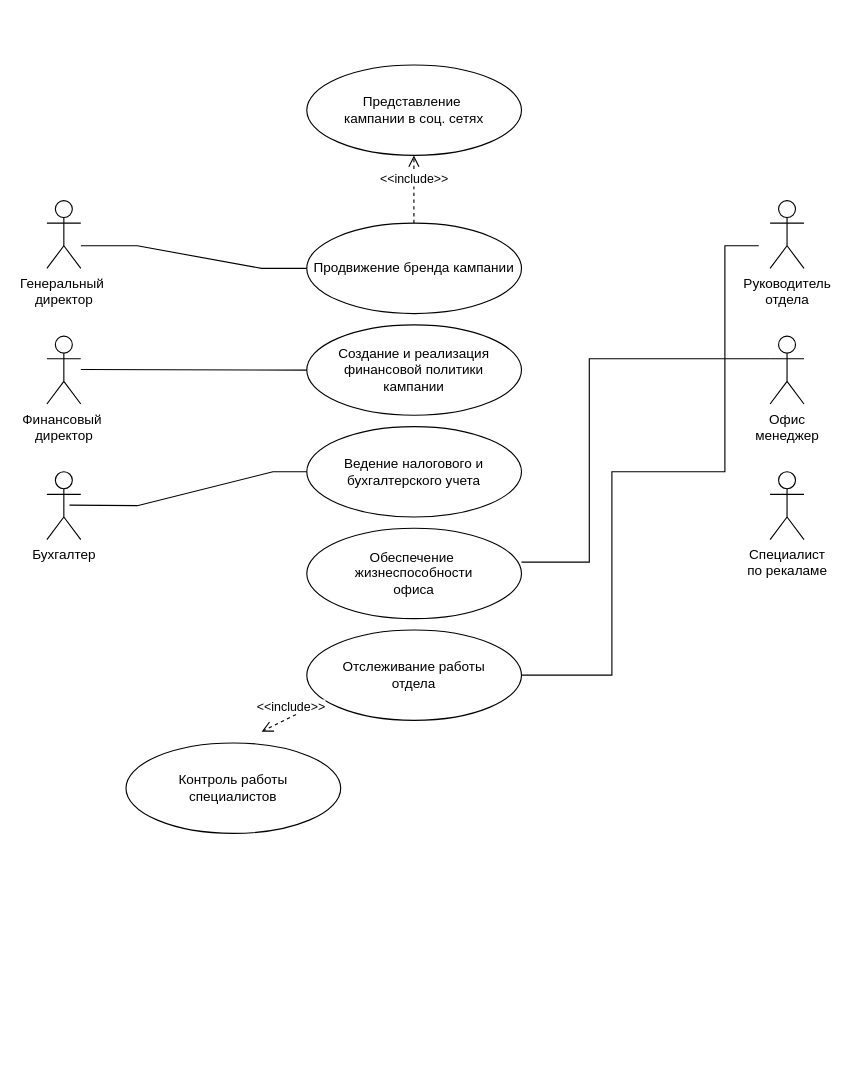
Before: Диаграмма без названия2.drawio in dubnart/netology, a draw.io diagram. Source tidied: cells renumbered, new cells numbered last; positions are measured from the earlier drawing's top-left corner, leaving out a move shared by most shapes. Both pictures are drawn from the tidied source at 113%, with x=0, y=0 at pixel (46, 64).
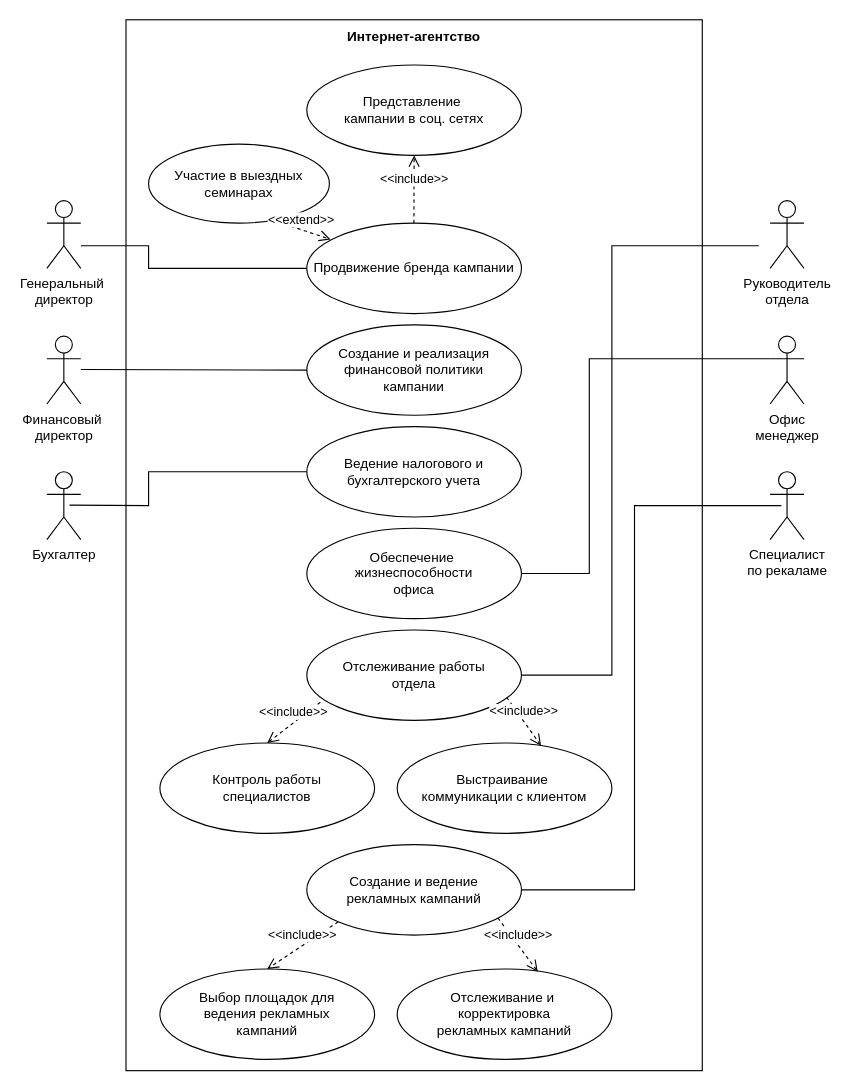
Above is the later version.

The change refers to these unchanged cells:
```xml
<mxCell id="6" value="Офис &lt;br&gt;менеджер" style="shape=umlActor;verticalLabelPosition=bottom;verticalAlign=top;html=1;outlineConnect=0;" parent="1" vertex="1">
  <mxGeometry x="640" y="240" width="30" height="60" as="geometry" />
</mxCell>
<mxCell id="8" value="Продвижение бренда кампании" style="ellipse;whiteSpace=wrap;html=1;" parent="1" vertex="1">
  <mxGeometry x="230" y="140" width="190" height="80" as="geometry" />
</mxCell>
<mxCell id="14" value="Обеспечение&amp;nbsp;&lt;div&gt;жизнеспособности&lt;/div&gt;&lt;div&gt;офиса&lt;/div&gt;" style="ellipse;whiteSpace=wrap;html=1;" parent="1" vertex="1">
  <mxGeometry x="230" y="410" width="190" height="80" as="geometry" />
</mxCell>
<mxCell id="18" value="Отслеживание работы&lt;div&gt;отдела&lt;/div&gt;" style="ellipse;whiteSpace=wrap;html=1;" parent="1" vertex="1">
  <mxGeometry x="230" y="500" width="190" height="80" as="geometry" />
</mxCell>
```

Diff of the diagram source:
```diff
@@
+    <mxCell id="22" style="rounded=0;whiteSpace=wrap;html=1;" parent="1" vertex="1">
+      <mxGeometry x="70" y="-40" width="510" height="930" as="geometry" />
+    </mxCell>
@@
     <mxCell id="10" value="&amp;lt;&amp;lt;include&amp;gt;&amp;gt;" style="html=1;verticalAlign=bottom;endArrow=open;dashed=1;endSize=8;curved=0;rounded=0;" parent="1" edge="1">
       <mxGeometry relative="1" as="geometry">
         <mxPoint x="324.8" y="140" as="sourcePoint" />
-        <mxPoint x="324.8" y="80" as="targetPoint" />
+        <mxPoint x="325" y="80" as="targetPoint" />
       </mxGeometry>
     </mxCell>
@@
-    <mxCell id="15" style="endArrow=none;html=1;rounded=0;entryX=0;entryY=0.3333333333333333;entryDx=0;entryDy=0;entryPerimeter=0;" parent="1" edge="1" target="6">
+    <mxCell id="15" style="endArrow=none;html=1;rounded=0;entryX=0;entryY=0.3333333333333333;entryDx=0;entryDy=0;entryPerimeter=0;exitX=1;exitY=0.5;exitDx=0;exitDy=0;" parent="1" edge="1" source="14" target="6">
       <mxGeometry relative="1" as="geometry">
-        <mxPoint x="480" y="440" as="sourcePoint" />
         <Array as="points">
-          <mxPoint x="420" y="440" />
-          <mxPoint x="480" y="440" />
+          <mxPoint x="450" y="450" />
+          <mxPoint x="480" y="450" />
           <mxPoint x="480" y="390" />
           <mxPoint x="480" y="260" />
           <mxPoint x="560" y="260" />
           <mxPoint x="600" y="260" />
         </Array>
       </mxGeometry>
     </mxCell>
     <mxCell id="16" style="endArrow=none;html=1;rounded=0;" parent="1" edge="1">
       <mxGeometry relative="1" as="geometry">
         <mxPoint x="30" y="160" as="sourcePoint" />
         <mxPoint x="190" y="180" as="targetPoint" />
         <Array as="points">
-          <mxPoint x="80" y="160" />
+          <mxPoint x="90" y="160" />
+          <mxPoint x="90" y="180" />
           <mxPoint x="190" y="180" />
           <mxPoint x="230" y="180" />
         </Array>
       </mxGeometry>
     </mxCell>
     <mxCell id="17" style="endArrow=none;html=1;rounded=0;" parent="1" edge="1">
       <mxGeometry relative="1" as="geometry">
         <mxPoint x="20" y="389.5" as="sourcePoint" />
         <mxPoint x="200" y="360" as="targetPoint" />
         <Array as="points">
-          <mxPoint x="80" y="390" />
+          <mxPoint x="90" y="390" />
+          <mxPoint x="90" y="360" />
+          <mxPoint x="140" y="360" />
           <mxPoint x="200" y="360" />
           <mxPoint x="230" y="360" />
         </Array>
       </mxGeometry>
     </mxCell>
@@
     <mxCell id="19" style="endArrow=none;html=1;rounded=0;" parent="1" edge="1">
       <mxGeometry relative="1" as="geometry">
         <mxPoint x="480" y="540" as="sourcePoint" />
         <mxPoint x="630" y="160" as="targetPoint" />
         <Array as="points">
           <mxPoint x="420" y="540" />
           <mxPoint x="500" y="540" />
           <mxPoint x="500" y="490" />
           <mxPoint x="500" y="420" />
           <mxPoint x="500" y="360" />
-          <mxPoint x="560" y="360" />
-          <mxPoint x="600" y="360" />
+          <mxPoint x="500" y="260" />
+          <mxPoint x="500" y="210" />
+          <mxPoint x="500" y="160" />
           <mxPoint x="600" y="160" />
         </Array>
       </mxGeometry>
     </mxCell>
-    <mxCell id="20" value="&amp;lt;&amp;lt;include&amp;gt;&amp;gt;" style="html=1;verticalAlign=bottom;endArrow=open;dashed=1;endSize=8;curved=0;rounded=0;exitX=0.063;exitY=0.8;exitDx=0;exitDy=0;exitPerimeter=0;" parent="1" edge="1" source="18">
-      <mxGeometry relative="1" as="geometry">
-        <mxPoint x="190" y="590" as="targetPoint" />
-      </mxGeometry>
+    <mxCell id="20" value="&amp;lt;&amp;lt;include&amp;gt;&amp;gt;" style="html=1;verticalAlign=bottom;endArrow=open;dashed=1;endSize=8;curved=0;rounded=0;exitX=0.063;exitY=0.8;exitDx=0;exitDy=0;exitPerimeter=0;entryX=0.5;entryY=0;entryDx=0;entryDy=0;" parent="1" edge="1" source="18" target="21">
+      <mxGeometry relative="1" as="geometry" />
     </mxCell>
     <mxCell id="21" value="Контроль работы&lt;div&gt;специалистов&lt;/div&gt;" style="ellipse;whiteSpace=wrap;html=1;" parent="1" vertex="1">
-      <mxGeometry x="70" y="600" width="190" height="80" as="geometry" />
+      <mxGeometry x="100" y="600" width="190" height="80" as="geometry" />
     </mxCell>
+    <mxCell id="23" value="Интернет-агентство" style="text;html=1;align=center;verticalAlign=middle;whiteSpace=wrap;rounded=0;fontStyle=1;" parent="1" vertex="1">
+      <mxGeometry x="245" y="-40" width="160" height="30" as="geometry" />
+    </mxCell>
+    <mxCell id="24" value="Создание и ведение&lt;div&gt;рекламных кампаний&lt;/div&gt;" style="ellipse;whiteSpace=wrap;html=1;" parent="1" vertex="1">
+      <mxGeometry x="230" y="690" width="190" height="80" as="geometry" />
+    </mxCell>
+    <mxCell id="25" style="endArrow=none;html=1;rounded=0;exitX=1;exitY=0.5;exitDx=0;exitDy=0;" parent="1" edge="1" source="24">
+      <mxGeometry relative="1" as="geometry">
+        <mxPoint x="650" y="390" as="targetPoint" />
+        <Array as="points">
+          <mxPoint x="520" y="730" />
+          <mxPoint x="520" y="720" />
+          <mxPoint x="520" y="650" />
+          <mxPoint x="520" y="590" />
+          <mxPoint x="520" y="490" />
+          <mxPoint x="520" y="440" />
+          <mxPoint x="520" y="390" />
+          <mxPoint x="620" y="390" />
+        </Array>
+      </mxGeometry>
+    </mxCell>
+    <mxCell id="26" value="&amp;lt;&amp;lt;include&amp;gt;&amp;gt;" style="html=1;verticalAlign=bottom;endArrow=open;dashed=1;endSize=8;curved=0;rounded=0;exitX=0;exitY=1;exitDx=0;exitDy=0;entryX=0.5;entryY=0;entryDx=0;entryDy=0;" parent="1" edge="1" source="24" target="27">
+      <mxGeometry relative="1" as="geometry" />
+    </mxCell>
+    <mxCell id="27" value="Выбор площадок для&lt;div&gt;ведения рекламных&lt;/div&gt;&lt;div&gt;кампаний&lt;/div&gt;" style="ellipse;whiteSpace=wrap;html=1;" parent="1" vertex="1">
+      <mxGeometry x="100" y="800" width="190" height="80" as="geometry" />
+    </mxCell>
+    <mxCell id="28" value="Выстраивание&amp;nbsp;&lt;div&gt;коммуникации с клиентом&lt;/div&gt;" style="ellipse;whiteSpace=wrap;html=1;" parent="1" vertex="1">
+      <mxGeometry x="310" y="600" width="190" height="80" as="geometry" />
+    </mxCell>
+    <mxCell id="29" value="&amp;lt;&amp;lt;include&amp;gt;&amp;gt;" style="html=1;verticalAlign=bottom;endArrow=open;dashed=1;endSize=8;curved=0;rounded=0;exitX=0.931;exitY=0.744;exitDx=0;exitDy=0;exitPerimeter=0;entryX=0.67;entryY=0.03;entryDx=0;entryDy=0;entryPerimeter=0;" parent="1" edge="1" source="18" target="28">
+      <mxGeometry relative="1" as="geometry" />
+    </mxCell>
+    <mxCell id="30" value="Отслеживание и&amp;nbsp;&lt;div&gt;корректировка&lt;div&gt;рекламных кампаний&lt;/div&gt;&lt;/div&gt;" style="ellipse;whiteSpace=wrap;html=1;" parent="1" vertex="1">
+      <mxGeometry x="310" y="800" width="190" height="80" as="geometry" />
+    </mxCell>
+    <mxCell id="31" value="&amp;lt;&amp;lt;include&amp;gt;&amp;gt;" style="html=1;verticalAlign=bottom;endArrow=open;dashed=1;endSize=8;curved=0;rounded=0;exitX=0.89;exitY=0.811;exitDx=0;exitDy=0;exitPerimeter=0;entryX=0.655;entryY=0.03;entryDx=0;entryDy=0;entryPerimeter=0;" parent="1" edge="1" source="24" target="30">
+      <mxGeometry relative="1" as="geometry" />
+    </mxCell>
+    <mxCell id="32" value="Участие в выездных&lt;div&gt;семинарах&lt;/div&gt;" style="ellipse;whiteSpace=wrap;html=1;" parent="1" vertex="1">
+      <mxGeometry x="90" y="70" width="160" height="70" as="geometry" />
+    </mxCell>
+    <mxCell id="33" value="&amp;lt;&amp;lt;extend&amp;gt;&amp;gt;" style="html=1;verticalAlign=bottom;endArrow=open;dashed=1;endSize=8;curved=0;rounded=0;exitX=0.68;exitY=0.957;exitDx=0;exitDy=0;exitPerimeter=0;entryX=0.111;entryY=0.18;entryDx=0;entryDy=0;entryPerimeter=0;" parent="1" edge="1" source="32" target="8">
+      <mxGeometry relative="1" as="geometry" />
+    </mxCell>
```
